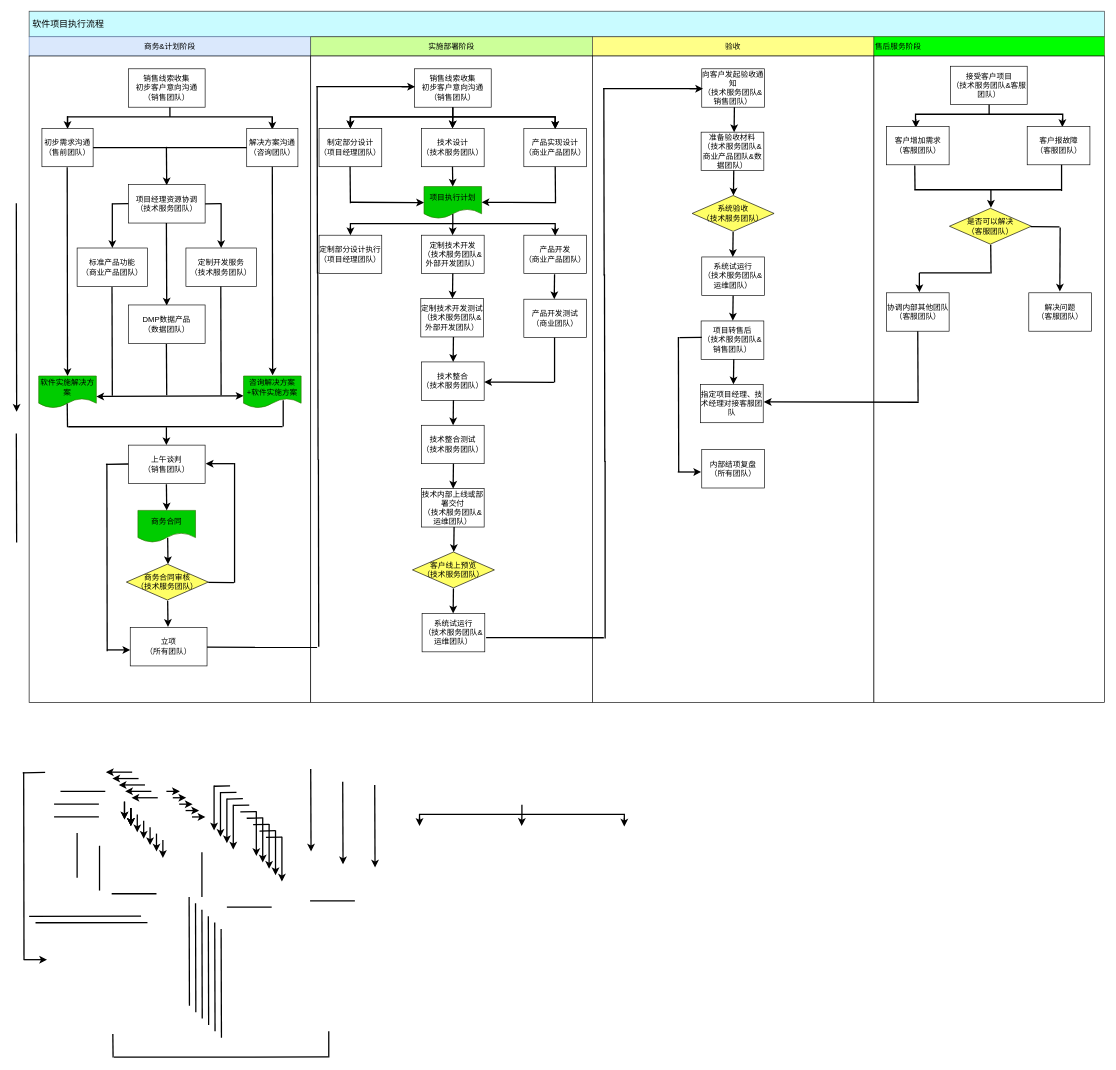
Above: 未命名绘图.drawio in pingxinerlun/Demo (draw.io), before the change. Source tidied: cells renumbered, new cells numbered last; positions are measured from the earlier drawing's top-left corner, leaving out a move shared by most shapes. Both pictures are drawn from the tidied source at 64%, with x=0, y=0 at pixel (16, 11).
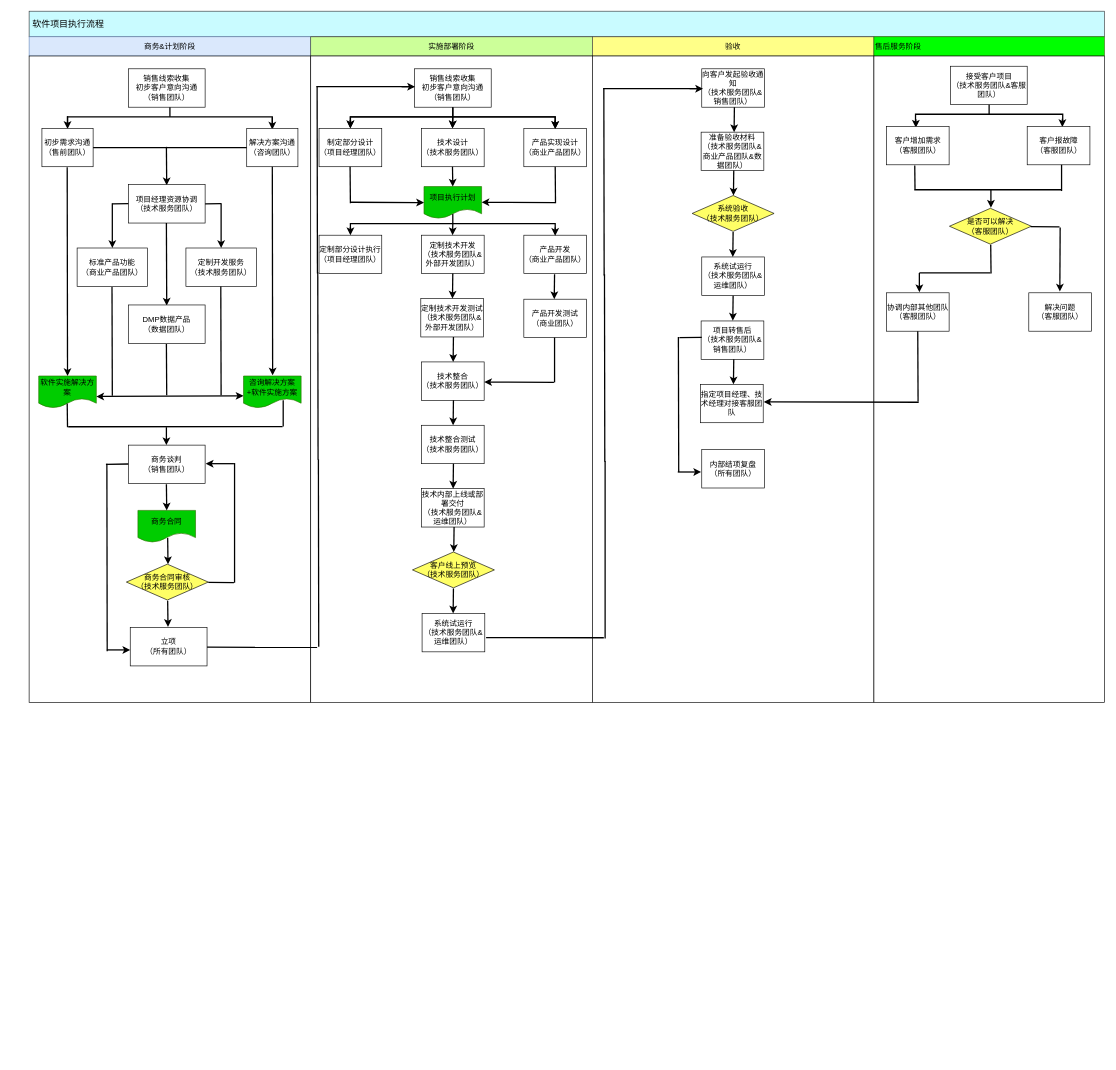
The same page after the edit.

Commit message:
更新未命名绘图.drawio

Diff of the diagram source:
```diff
@@
-    <mxCell id="16" style="endArrow=classic;html=1;endSize=6;strokeWidth=2;" parent="1" edge="1">
-      <mxGeometry relative="1" as="geometry">
-        <mxPoint x="169" y="1235" as="sourcePoint" />
-        <mxPoint x="169" y="1263" as="targetPoint" />
-      </mxGeometry>
-    </mxCell>
-    <mxCell id="17" style="endArrow=classic;html=1;endSize=6;strokeWidth=2;" parent="1" edge="1">
-      <mxGeometry relative="1" as="geometry">
-        <mxPoint x="179" y="1255" as="sourcePoint" />
-        <mxPoint x="179" y="1273" as="targetPoint" />
-      </mxGeometry>
-    </mxCell>
@@
-    <mxCell id="21" style="endArrow=classic;html=1;endSize=6;strokeWidth=2;" parent="1" edge="1">
-      <mxGeometry relative="1" as="geometry">
-        <mxPoint x="169" y="1235" as="sourcePoint" />
-        <mxPoint x="169" y="1263" as="targetPoint" />
-      </mxGeometry>
-    </mxCell>
@@
-    <mxCell id="24" style="endArrow=classic;html=1;endSize=6;strokeWidth=2;" parent="1" edge="1">
-      <mxGeometry relative="1" as="geometry">
-        <mxPoint x="179" y="1245" as="sourcePoint" />
-        <mxPoint x="179" y="1273" as="targetPoint" />
-      </mxGeometry>
-    </mxCell>
-    <mxCell id="25" style="endArrow=classic;html=1;endSize=6;strokeWidth=2;" parent="1" edge="1">
-      <mxGeometry relative="1" as="geometry">
-        <mxPoint x="189" y="1255" as="sourcePoint" />
-        <mxPoint x="189" y="1283" as="targetPoint" />
-      </mxGeometry>
-    </mxCell>
-    <mxCell id="26" style="endArrow=classic;html=1;endSize=6;strokeWidth=2;" parent="1" edge="1">
-      <mxGeometry relative="1" as="geometry">
-        <mxPoint x="199" y="1265" as="sourcePoint" />
-        <mxPoint x="199" y="1293" as="targetPoint" />
-      </mxGeometry>
-    </mxCell>
-    <mxCell id="27" style="endArrow=classic;html=1;endSize=6;strokeWidth=2;" parent="1" edge="1">
-      <mxGeometry relative="1" as="geometry">
-        <mxPoint x="209" y="1275" as="sourcePoint" />
-        <mxPoint x="209" y="1303" as="targetPoint" />
-      </mxGeometry>
-    </mxCell>
-    <mxCell id="28" style="endArrow=classic;html=1;endSize=6;strokeWidth=2;" parent="1" edge="1">
-      <mxGeometry relative="1" as="geometry">
-        <mxPoint x="219" y="1285" as="sourcePoint" />
-        <mxPoint x="219" y="1313" as="targetPoint" />
-      </mxGeometry>
-    </mxCell>
-    <mxCell id="29" style="endArrow=classic;html=1;endSize=6;strokeWidth=2;" parent="1" edge="1">
-      <mxGeometry relative="1" as="geometry">
-        <mxPoint x="229" y="1295" as="sourcePoint" />
-        <mxPoint x="229" y="1323" as="targetPoint" />
-      </mxGeometry>
-    </mxCell>
@@
-    <mxCell id="31" style="endArrow=none;html=1;strokeWidth=2;" parent="1" edge="1">
-      <mxGeometry relative="1" as="geometry">
-        <mxPoint x="59" y="1239" as="sourcePoint" />
-        <mxPoint x="129" y="1239" as="targetPoint" />
-      </mxGeometry>
-    </mxCell>
-    <mxCell id="32" style="endArrow=none;html=1;strokeWidth=2;" parent="1" edge="1">
-      <mxGeometry relative="1" as="geometry">
-        <mxPoint x="459" y="1390" as="sourcePoint" />
-        <mxPoint x="529" y="1390" as="targetPoint" />
-      </mxGeometry>
-    </mxCell>
-    <mxCell id="33" style="endArrow=none;html=1;strokeWidth=2;" parent="1" edge="1">
-      <mxGeometry relative="1" as="geometry">
-        <mxPoint x="329" y="1400" as="sourcePoint" />
-        <mxPoint x="399" y="1400" as="targetPoint" />
-      </mxGeometry>
-    </mxCell>
-    <mxCell id="34" style="endArrow=none;html=1;strokeWidth=2;" parent="1" edge="1">
-      <mxGeometry relative="1" as="geometry">
-        <mxPoint x="149" y="1379" as="sourcePoint" />
-        <mxPoint x="219" y="1379" as="targetPoint" />
-      </mxGeometry>
-    </mxCell>
-    <mxCell id="35" style="endArrow=none;html=1;strokeWidth=2;" parent="1" edge="1">
-      <mxGeometry relative="1" as="geometry">
-        <mxPoint x="130" y="1374" as="sourcePoint" />
-        <mxPoint x="130" y="1304" as="targetPoint" />
-      </mxGeometry>
-    </mxCell>
-    <mxCell id="36" style="endArrow=none;html=1;strokeWidth=2;" parent="1" edge="1">
-      <mxGeometry relative="1" as="geometry">
-        <mxPoint x="59" y="1259" as="sourcePoint" />
-        <mxPoint x="129" y="1259" as="targetPoint" />
-      </mxGeometry>
-    </mxCell>
-    <mxCell id="37" style="endArrow=classic;html=1;endSize=6;strokeWidth=2;" parent="1" edge="1">
-      <mxGeometry relative="1" as="geometry">
-        <mxPoint x="179" y="1245" as="sourcePoint" />
-        <mxPoint x="179" y="1273" as="targetPoint" />
-      </mxGeometry>
-    </mxCell>
-    <mxCell id="38" style="endArrow=classic;html=1;endSize=6;strokeWidth=2;" parent="1" edge="1">
-      <mxGeometry relative="1" as="geometry">
-        <mxPoint x="309" y="1210" as="sourcePoint" />
-        <mxPoint x="309" y="1280" as="targetPoint" />
-      </mxGeometry>
-    </mxCell>
-    <mxCell id="39" style="endArrow=none;html=1;strokeWidth=2;" parent="1" edge="1">
-      <mxGeometry relative="1" as="geometry">
-        <mxPoint x="309" y="1211" as="sourcePoint" />
-        <mxPoint x="334" y="1210.5" as="targetPoint" />
-      </mxGeometry>
-    </mxCell>
-    <mxCell id="40" style="endArrow=classic;html=1;endSize=6;strokeWidth=2;" parent="1" edge="1">
-      <mxGeometry relative="1" as="geometry">
-        <mxPoint x="319" y="1220" as="sourcePoint" />
-        <mxPoint x="319" y="1290" as="targetPoint" />
-      </mxGeometry>
-    </mxCell>
-    <mxCell id="41" style="endArrow=none;html=1;strokeWidth=2;" parent="1" edge="1">
-      <mxGeometry relative="1" as="geometry">
-        <mxPoint x="319" y="1221" as="sourcePoint" />
-        <mxPoint x="344" y="1220.5" as="targetPoint" />
-      </mxGeometry>
-    </mxCell>
-    <mxCell id="42" style="endArrow=classic;html=1;endSize=6;strokeWidth=2;" parent="1" edge="1">
-      <mxGeometry relative="1" as="geometry">
-        <mxPoint x="329" y="1230" as="sourcePoint" />
-        <mxPoint x="329" y="1300" as="targetPoint" />
-      </mxGeometry>
-    </mxCell>
-    <mxCell id="43" style="endArrow=none;html=1;strokeWidth=2;" parent="1" edge="1">
-      <mxGeometry relative="1" as="geometry">
-        <mxPoint x="329" y="1231" as="sourcePoint" />
-        <mxPoint x="354" y="1230.5" as="targetPoint" />
-      </mxGeometry>
-    </mxCell>
-    <mxCell id="44" style="endArrow=classic;html=1;endSize=6;strokeWidth=2;" parent="1" edge="1">
-      <mxGeometry relative="1" as="geometry">
-        <mxPoint x="339" y="1240" as="sourcePoint" />
-        <mxPoint x="339" y="1310" as="targetPoint" />
-      </mxGeometry>
-    </mxCell>
-    <mxCell id="45" style="endArrow=none;html=1;strokeWidth=2;" parent="1" edge="1">
-      <mxGeometry relative="1" as="geometry">
-        <mxPoint x="339" y="1241" as="sourcePoint" />
-        <mxPoint x="364" y="1240.5" as="targetPoint" />
-      </mxGeometry>
-    </mxCell>
-    <mxCell id="46" style="endArrow=classic;html=1;endSize=6;strokeWidth=2;" parent="1" edge="1">
-      <mxGeometry relative="1" as="geometry">
-        <mxPoint x="375" y="1250" as="sourcePoint" />
-        <mxPoint x="375" y="1320" as="targetPoint" />
-      </mxGeometry>
-    </mxCell>
-    <mxCell id="47" style="endArrow=none;html=1;strokeWidth=2;" parent="1" edge="1">
-      <mxGeometry relative="1" as="geometry">
-        <mxPoint x="350" y="1251" as="sourcePoint" />
-        <mxPoint x="375" y="1250.5" as="targetPoint" />
-      </mxGeometry>
-    </mxCell>
-    <mxCell id="48" style="endArrow=classic;html=1;endSize=6;strokeWidth=2;" parent="1" edge="1">
-      <mxGeometry relative="1" as="geometry">
-        <mxPoint x="385" y="1260" as="sourcePoint" />
-        <mxPoint x="385" y="1330" as="targetPoint" />
-      </mxGeometry>
-    </mxCell>
-    <mxCell id="49" style="endArrow=none;html=1;strokeWidth=2;" parent="1" edge="1">
-      <mxGeometry relative="1" as="geometry">
-        <mxPoint x="360" y="1261" as="sourcePoint" />
-        <mxPoint x="385" y="1260.5" as="targetPoint" />
-      </mxGeometry>
-    </mxCell>
-    <mxCell id="50" style="endArrow=classic;html=1;endSize=6;strokeWidth=2;" parent="1" edge="1">
-      <mxGeometry relative="1" as="geometry">
-        <mxPoint x="395" y="1270" as="sourcePoint" />
-        <mxPoint x="395" y="1340" as="targetPoint" />
-      </mxGeometry>
-    </mxCell>
-    <mxCell id="51" style="endArrow=none;html=1;strokeWidth=2;" parent="1" edge="1">
-      <mxGeometry relative="1" as="geometry">
-        <mxPoint x="370" y="1271" as="sourcePoint" />
-        <mxPoint x="395" y="1270.5" as="targetPoint" />
-      </mxGeometry>
-    </mxCell>
-    <mxCell id="52" style="endArrow=classic;html=1;endSize=6;strokeWidth=2;" parent="1" edge="1">
-      <mxGeometry relative="1" as="geometry">
-        <mxPoint x="405" y="1280" as="sourcePoint" />
-        <mxPoint x="405" y="1350" as="targetPoint" />
-      </mxGeometry>
-    </mxCell>
-    <mxCell id="53" style="endArrow=none;html=1;strokeWidth=2;" parent="1" edge="1">
-      <mxGeometry relative="1" as="geometry">
-        <mxPoint x="380" y="1281" as="sourcePoint" />
-        <mxPoint x="405" y="1280.5" as="targetPoint" />
-      </mxGeometry>
-    </mxCell>
-    <mxCell id="54" style="endArrow=classic;html=1;endSize=6;strokeWidth=2;" parent="1" edge="1">
-      <mxGeometry relative="1" as="geometry">
-        <mxPoint x="415" y="1290" as="sourcePoint" />
-        <mxPoint x="415" y="1360" as="targetPoint" />
-      </mxGeometry>
-    </mxCell>
-    <mxCell id="55" style="endArrow=none;html=1;strokeWidth=2;" parent="1" edge="1">
-      <mxGeometry relative="1" as="geometry">
-        <mxPoint x="390" y="1291" as="sourcePoint" />
-        <mxPoint x="415" y="1290.5" as="targetPoint" />
-      </mxGeometry>
-    </mxCell>
@@
-    <mxCell id="62" style="endArrow=classic;html=1;endSize=6;strokeWidth=2;" parent="1" edge="1">
-      <mxGeometry relative="1" as="geometry">
-        <mxPoint x="460" y="1184" as="sourcePoint" />
-        <mxPoint x="460.5" y="1313" as="targetPoint" />
-      </mxGeometry>
-    </mxCell>
@@
-    <mxCell id="64" style="endArrow=classic;html=1;endSize=6;strokeWidth=2;" parent="1" edge="1">
-      <mxGeometry relative="1" as="geometry">
-        <mxPoint x="560" y="1209" as="sourcePoint" />
-        <mxPoint x="560.5" y="1338" as="targetPoint" />
-      </mxGeometry>
-    </mxCell>
-    <mxCell id="65" style="endArrow=classic;html=1;endSize=6;strokeWidth=2;" parent="1" edge="1">
-      <mxGeometry relative="1" as="geometry">
-        <mxPoint x="510" y="1204" as="sourcePoint" />
-        <mxPoint x="510.5" y="1333" as="targetPoint" />
-      </mxGeometry>
-    </mxCell>
@@
-    <mxCell id="67" style="endArrow=classic;html=1;endSize=6;strokeWidth=2;" parent="1" edge="1">
-      <mxGeometry relative="1" as="geometry">
-        <mxPoint y="300" as="sourcePoint" />
-        <mxPoint x="0.5" y="626" as="targetPoint" />
-      </mxGeometry>
-    </mxCell>
-    <mxCell id="68" style="endArrow=none;html=1;strokeWidth=2;" parent="1" edge="1">
-      <mxGeometry relative="1" as="geometry">
-        <mxPoint x="69" y="1219" as="sourcePoint" />
-        <mxPoint x="139" y="1219" as="targetPoint" />
-      </mxGeometry>
-    </mxCell>
-    <mxCell id="69" style="endArrow=none;html=1;strokeWidth=2;" parent="1" edge="1">
-      <mxGeometry relative="1" as="geometry">
-        <mxPoint x="95" y="1354" as="sourcePoint" />
-        <mxPoint x="95" y="1284" as="targetPoint" />
-      </mxGeometry>
-    </mxCell>
@@
-    <mxCell id="71" style="endArrow=none;html=1;strokeWidth=2;" parent="1" edge="1">
-      <mxGeometry relative="1" as="geometry">
-        <mxPoint x="290" y="1384" as="sourcePoint" />
-        <mxPoint x="290" y="1314" as="targetPoint" />
-      </mxGeometry>
-    </mxCell>
-    <mxCell id="72" style="endArrow=none;html=1;strokeWidth=2;" parent="1" edge="1">
-      <mxGeometry relative="1" as="geometry">
-        <mxPoint x="270.5" y="1554" as="sourcePoint" />
-        <mxPoint x="270" y="1384" as="targetPoint" />
-      </mxGeometry>
-    </mxCell>
@@
-    <mxCell id="74" style="endArrow=none;html=1;strokeWidth=2;" parent="1" edge="1">
-      <mxGeometry relative="1" as="geometry">
-        <mxPoint x="0.5" y="830" as="sourcePoint" />
-        <mxPoint y="660" as="targetPoint" />
-      </mxGeometry>
-    </mxCell>
-    <mxCell id="75" style="endArrow=none;html=1;strokeWidth=2;" parent="1" edge="1">
-      <mxGeometry relative="1" as="geometry">
-        <mxPoint x="280.5" y="1564" as="sourcePoint" />
-        <mxPoint x="280" y="1394" as="targetPoint" />
-      </mxGeometry>
-    </mxCell>
-    <mxCell id="76" style="endArrow=none;html=1;strokeWidth=2;" parent="1" edge="1">
-      <mxGeometry relative="1" as="geometry">
-        <mxPoint x="290.5" y="1574" as="sourcePoint" />
-        <mxPoint x="290" y="1404" as="targetPoint" />
-      </mxGeometry>
-    </mxCell>
-    <mxCell id="77" style="endArrow=none;html=1;strokeWidth=2;" parent="1" edge="1">
-      <mxGeometry relative="1" as="geometry">
-        <mxPoint x="300.5" y="1584" as="sourcePoint" />
-        <mxPoint x="300" y="1414" as="targetPoint" />
-      </mxGeometry>
-    </mxCell>
-    <mxCell id="78" style="endArrow=none;html=1;strokeWidth=2;" parent="1" edge="1">
-      <mxGeometry relative="1" as="geometry">
-        <mxPoint x="310.5" y="1594" as="sourcePoint" />
-        <mxPoint x="310" y="1424" as="targetPoint" />
-      </mxGeometry>
-    </mxCell>
-    <mxCell id="79" style="endArrow=none;html=1;strokeWidth=2;" parent="1" edge="1">
-      <mxGeometry relative="1" as="geometry">
-        <mxPoint x="320.5" y="1604" as="sourcePoint" />
-        <mxPoint x="320" y="1434" as="targetPoint" />
-      </mxGeometry>
-    </mxCell>
@@
-    <mxCell id="85" style="endArrow=none;html=1;strokeWidth=2;exitX=0.023;exitY=0.671;exitDx=0;exitDy=0;exitPerimeter=0;" parent="1" edge="1">
-      <mxGeometry relative="1" as="geometry">
-        <mxPoint x="20" y="1414.3" as="sourcePoint" />
-        <mxPoint x="194.9" y="1414" as="targetPoint" />
-      </mxGeometry>
-    </mxCell>
@@
-    <mxCell id="88" style="endArrow=none;html=1;strokeWidth=2;exitX=0.023;exitY=0.671;exitDx=0;exitDy=0;exitPerimeter=0;" parent="1" edge="1">
-      <mxGeometry relative="1" as="geometry">
-        <mxPoint x="152.4" y="1634.3" as="sourcePoint" />
-        <mxPoint x="487.2" y="1634" as="targetPoint" />
-      </mxGeometry>
-    </mxCell>
-    <mxCell id="89" style="endArrow=none;html=1;strokeWidth=2;" parent="1" edge="1">
-      <mxGeometry relative="1" as="geometry">
-        <mxPoint x="151.2" y="1635" as="sourcePoint" />
-        <mxPoint x="150.8" y="1598" as="targetPoint" />
-      </mxGeometry>
-    </mxCell>
-    <mxCell id="90" style="endArrow=none;html=1;strokeWidth=2;" parent="1" edge="1">
-      <mxGeometry relative="1" as="geometry">
-        <mxPoint x="488.2" y="1635" as="sourcePoint" />
-        <mxPoint x="488.2" y="1594" as="targetPoint" />
-      </mxGeometry>
-    </mxCell>
@@
-    <mxCell id="92" value="上午谈判&lt;br&gt;（销售团队）" style="rounded=0;whiteSpace=wrap;html=1;fillColor=#FFFFFF;align=center;" parent="1" vertex="1">
+    <mxCell id="92" value="商务谈判&lt;br&gt;（销售团队）" style="rounded=0;whiteSpace=wrap;html=1;fillColor=#FFFFFF;align=center;" parent="1" vertex="1">
       <mxGeometry x="175" y="678" width="120" height="60" as="geometry" />
     </mxCell>
@@
-    <mxCell id="103" style="endArrow=classic;html=1;endSize=6;strokeWidth=2;" parent="1" edge="1">
-      <mxGeometry relative="1" as="geometry">
-        <mxPoint x="234.5" y="1219" as="sourcePoint" />
-        <mxPoint x="255.5" y="1219" as="targetPoint" />
-      </mxGeometry>
-    </mxCell>
-    <mxCell id="104" style="endArrow=classic;html=1;endSize=6;strokeWidth=2;" parent="1" edge="1">
-      <mxGeometry relative="1" as="geometry">
-        <mxPoint x="244.5" y="1229" as="sourcePoint" />
-        <mxPoint x="265.5" y="1229" as="targetPoint" />
-      </mxGeometry>
-    </mxCell>
-    <mxCell id="105" style="endArrow=classic;html=1;endSize=6;strokeWidth=2;" parent="1" edge="1">
-      <mxGeometry relative="1" as="geometry">
-        <mxPoint x="254.5" y="1239" as="sourcePoint" />
-        <mxPoint x="275.5" y="1239" as="targetPoint" />
-      </mxGeometry>
-    </mxCell>
-    <mxCell id="106" style="endArrow=classic;html=1;endSize=6;strokeWidth=2;" parent="1" edge="1">
-      <mxGeometry relative="1" as="geometry">
-        <mxPoint x="264.5" y="1249" as="sourcePoint" />
-        <mxPoint x="285.5" y="1249" as="targetPoint" />
-      </mxGeometry>
-    </mxCell>
-    <mxCell id="107" style="endArrow=classic;html=1;endSize=6;strokeWidth=2;" parent="1" edge="1">
-      <mxGeometry relative="1" as="geometry">
-        <mxPoint x="274.5" y="1259" as="sourcePoint" />
-        <mxPoint x="295.5" y="1259" as="targetPoint" />
-      </mxGeometry>
-    </mxCell>
-    <mxCell id="108" style="endArrow=none;html=1;strokeWidth=2;" parent="1" edge="1">
-      <mxGeometry relative="1" as="geometry">
-        <mxPoint x="10" y="1190" as="sourcePoint" />
-        <mxPoint x="45" y="1189.5" as="targetPoint" />
-      </mxGeometry>
-    </mxCell>
-    <mxCell id="109" style="endArrow=none;html=1;strokeWidth=2;" parent="1" edge="1">
-      <mxGeometry relative="1" as="geometry">
-        <mxPoint x="12" y="1482" as="sourcePoint" />
-        <mxPoint x="11.5" y="1189" as="targetPoint" />
-      </mxGeometry>
-    </mxCell>
-    <mxCell id="110" style="endArrow=classic;html=1;endSize=6;strokeWidth=2;entryX=-0.017;entryY=0.617;entryDx=0;entryDy=0;entryPerimeter=0;" parent="1" edge="1">
-      <mxGeometry relative="1" as="geometry">
-        <mxPoint x="11.5" y="1482" as="sourcePoint" />
-        <mxPoint x="48" y="1482" as="targetPoint" />
-      </mxGeometry>
-    </mxCell>
@@
-    <mxCell id="113" style="endArrow=classic;html=1;endSize=6;strokeWidth=2;" parent="1" edge="1">
-      <mxGeometry relative="1" as="geometry">
-        <mxPoint x="179" y="1245" as="sourcePoint" />
-        <mxPoint x="179" y="1273" as="targetPoint" />
-      </mxGeometry>
-    </mxCell>
-    <mxCell id="114" style="endArrow=classic;html=1;endSize=6;strokeWidth=2;" parent="1" edge="1">
-      <mxGeometry relative="1" as="geometry">
-        <mxPoint x="181" y="1189" as="sourcePoint" />
-        <mxPoint x="140" y="1189" as="targetPoint" />
-      </mxGeometry>
-    </mxCell>
-    <mxCell id="115" style="endArrow=classic;html=1;endSize=6;strokeWidth=2;" parent="1" edge="1">
-      <mxGeometry relative="1" as="geometry">
-        <mxPoint x="191" y="1199" as="sourcePoint" />
-        <mxPoint x="150" y="1199" as="targetPoint" />
-      </mxGeometry>
-    </mxCell>
-    <mxCell id="116" style="endArrow=classic;html=1;endSize=6;strokeWidth=2;" parent="1" edge="1">
-      <mxGeometry relative="1" as="geometry">
-        <mxPoint x="201" y="1209" as="sourcePoint" />
-        <mxPoint x="160" y="1209" as="targetPoint" />
-      </mxGeometry>
-    </mxCell>
-    <mxCell id="117" style="endArrow=classic;html=1;endSize=6;strokeWidth=2;" parent="1" edge="1">
-      <mxGeometry relative="1" as="geometry">
-        <mxPoint x="211" y="1219" as="sourcePoint" />
-        <mxPoint x="170" y="1219" as="targetPoint" />
-      </mxGeometry>
-    </mxCell>
-    <mxCell id="118" style="endArrow=classic;html=1;endSize=6;strokeWidth=2;" parent="1" edge="1">
-      <mxGeometry relative="1" as="geometry">
-        <mxPoint x="221" y="1229" as="sourcePoint" />
-        <mxPoint x="180" y="1229" as="targetPoint" />
-      </mxGeometry>
-    </mxCell>
@@
-    <mxCell id="125" style="strokeWidth=2;html=1;shape=mxgraph.flowchart.annotation_2;align=left;labelPosition=right;fillColor=#FFFFFF;direction=south;" parent="1" vertex="1">
-      <mxGeometry x="630" y="1240" width="320" height="30" as="geometry" />
-    </mxCell>
-    <mxCell id="126" style="endArrow=classic;html=1;endSize=6;strokeWidth=2;" parent="1" edge="1">
-      <mxGeometry relative="1" as="geometry">
-        <mxPoint x="630" y="1260" as="sourcePoint" />
-        <mxPoint x="630" y="1273" as="targetPoint" />
-      </mxGeometry>
-    </mxCell>
-    <mxCell id="127" style="endArrow=classic;html=1;endSize=6;strokeWidth=2;" parent="1" edge="1">
-      <mxGeometry relative="1" as="geometry">
-        <mxPoint x="950" y="1261" as="sourcePoint" />
-        <mxPoint x="950" y="1274" as="targetPoint" />
-      </mxGeometry>
-    </mxCell>
-    <mxCell id="128" style="endArrow=classic;html=1;endSize=6;strokeWidth=2;" parent="1" edge="1">
-      <mxGeometry relative="1" as="geometry">
-        <mxPoint x="790" y="1255" as="sourcePoint" />
-        <mxPoint x="789.6" y="1273" as="targetPoint" />
-      </mxGeometry>
-    </mxCell>
@@
-    <mxCell id="164" style="endArrow=none;html=1;strokeWidth=2;exitX=0.023;exitY=0.671;exitDx=0;exitDy=0;exitPerimeter=0;" parent="1" edge="1">
-      <mxGeometry relative="1" as="geometry">
-        <mxPoint x="30" y="1424.3" as="sourcePoint" />
-        <mxPoint x="204.9" y="1424" as="targetPoint" />
-      </mxGeometry>
-    </mxCell>
```
